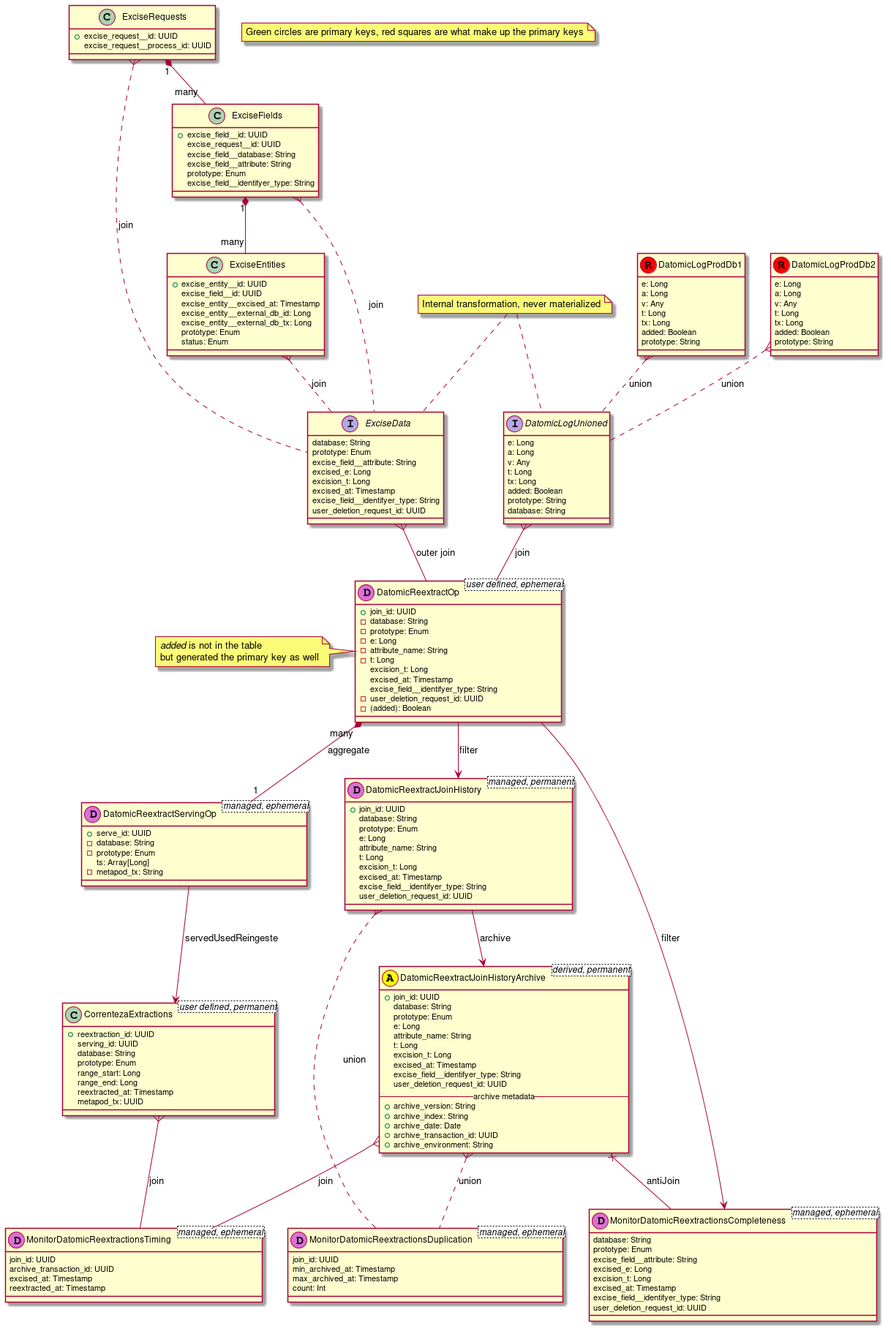
This is etl_operators/DatomicDeletionERD.png from NavyaG-lab/Tech-writer, a PlantUML export, as it was before one commit.
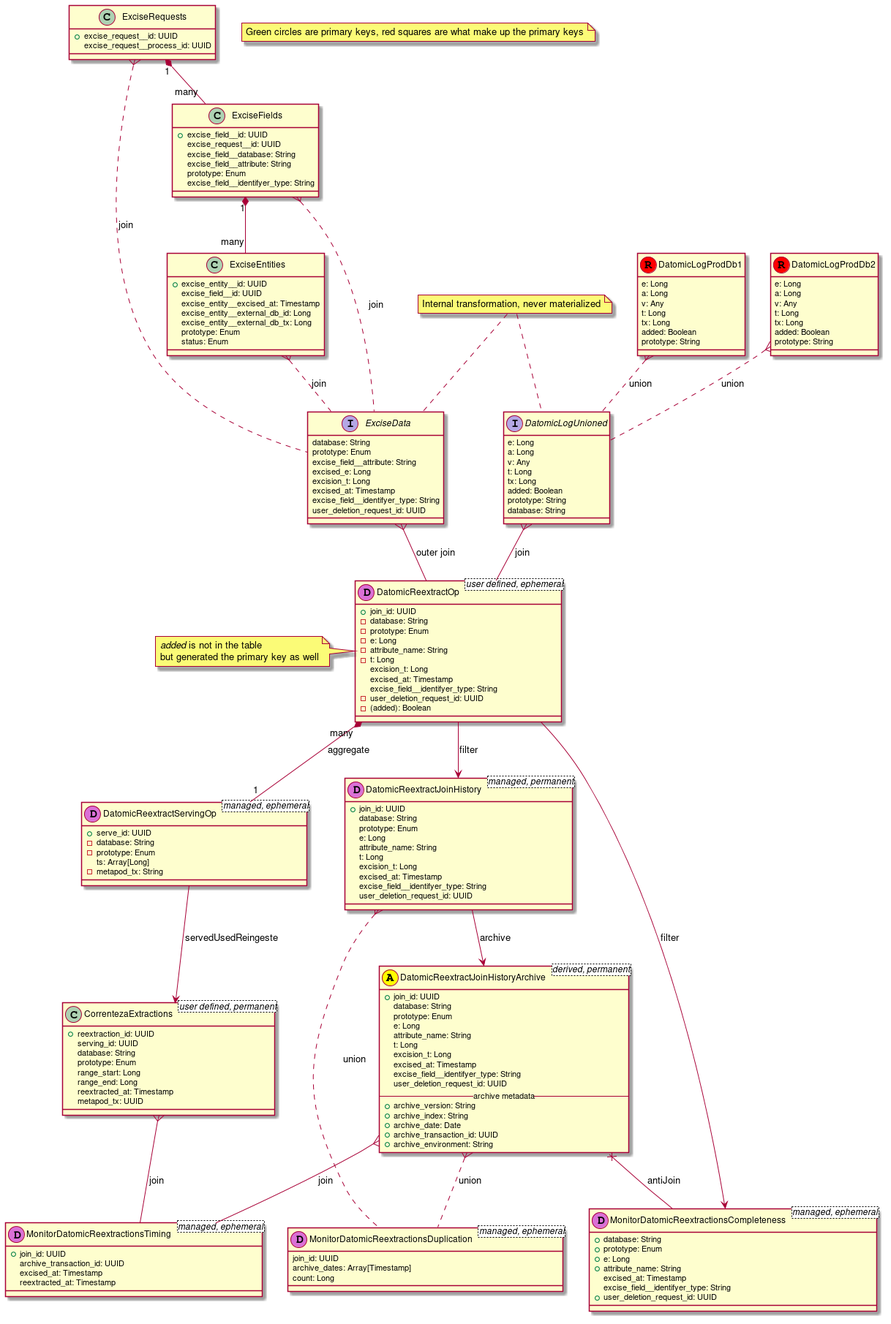
The same diagram one commit later.

Commit message:
Florian/update pii deletion doc (#381)

* Add list of db's to be extracted from

Clarify the pii_deletion_datasets attribute example and add a paragraph
about tests. Also add putting the pii_deletion_datasets attribute to the
`itaipu` main.

* Update picture

Diff of the diagram source:
```diff
@@ -138,28 +138,26 @@
 }
 
 class MonitorDatomicReextractionsTiming <managed, ephemeral><< (D,orchid) >>{
-        join_id: UUID
+        +join_id: UUID
         archive_transaction_id: UUID
         excised_at: Timestamp
         reextracted_at: Timestamp
 }
 
 class MonitorDatomicReextractionsCompleteness <managed, ephemeral><< (D,orchid) >>{
-        database: String
-        prototype: Enum
-        excise_field__attribute: String
-        excised_e: Long
-        excision_t: Long
+        +database: String
+        +prototype: Enum
+        +e: Long
+        +attribute_name: String
         excised_at: Timestamp
         excise_field__identifyer_type: String
-        user_deletion_request_id: UUID
+        +user_deletion_request_id: UUID
 }
 
 class MonitorDatomicReextractionsDuplication <managed, ephemeral><< (D, orchid) >>{
         join_id: UUID
-        min_archived_at: Timestamp
-        max_archived_at: Timestamp
-        count: Int
+        archive_dates: Array[Timestamp]
+        count: Long
 }
 
 Note "Green circles are primary keys, red squares are what make up the primary keys" as N1
```
